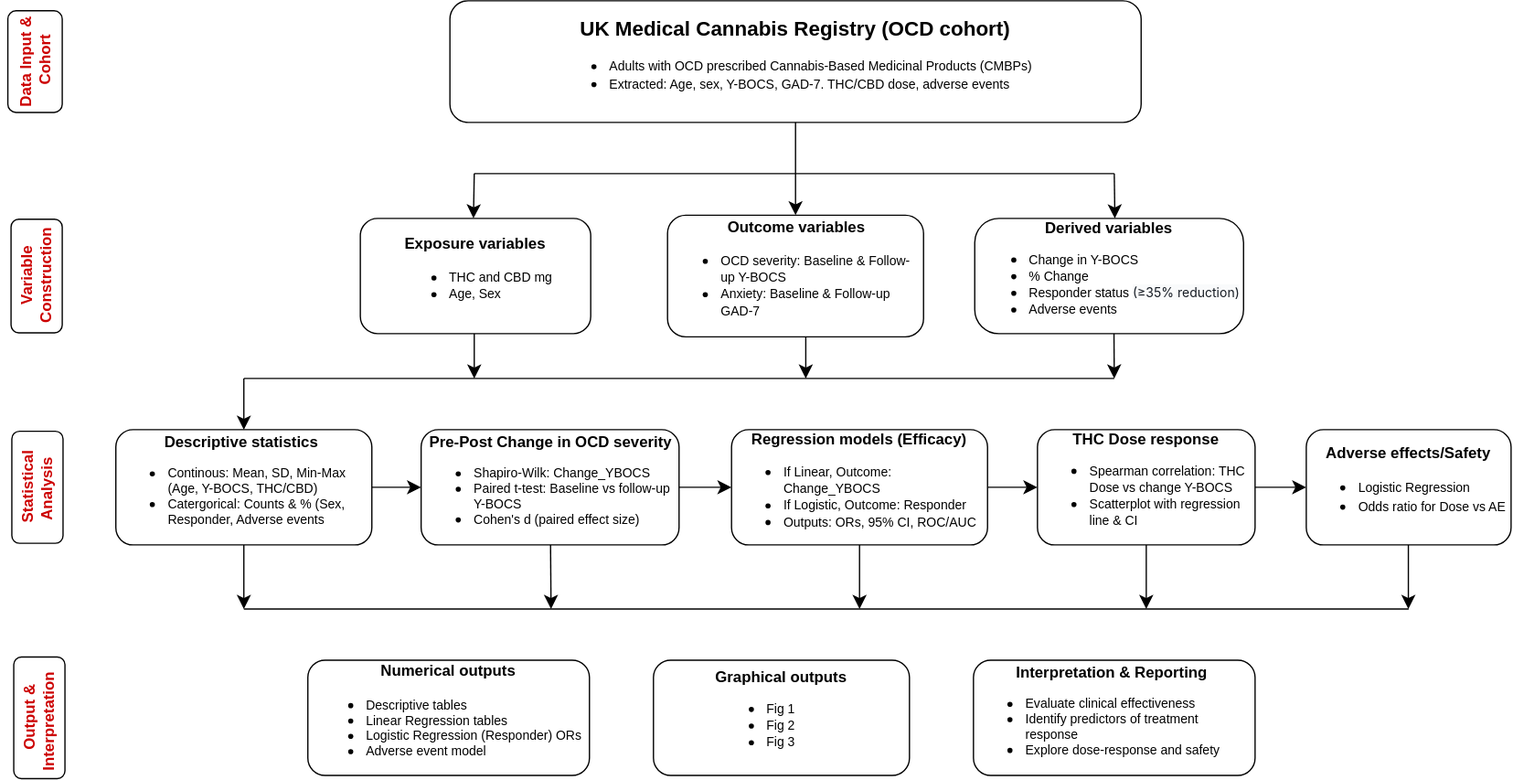
Above: Untitled Diagram.drawio.svg in amy-gurung/first-data-project (draw.io), before the change. Source tidied: cells renumbered, new cells last; positions are measured from the earlier drawing's top-left corner, leaving out a move shared by most shapes.
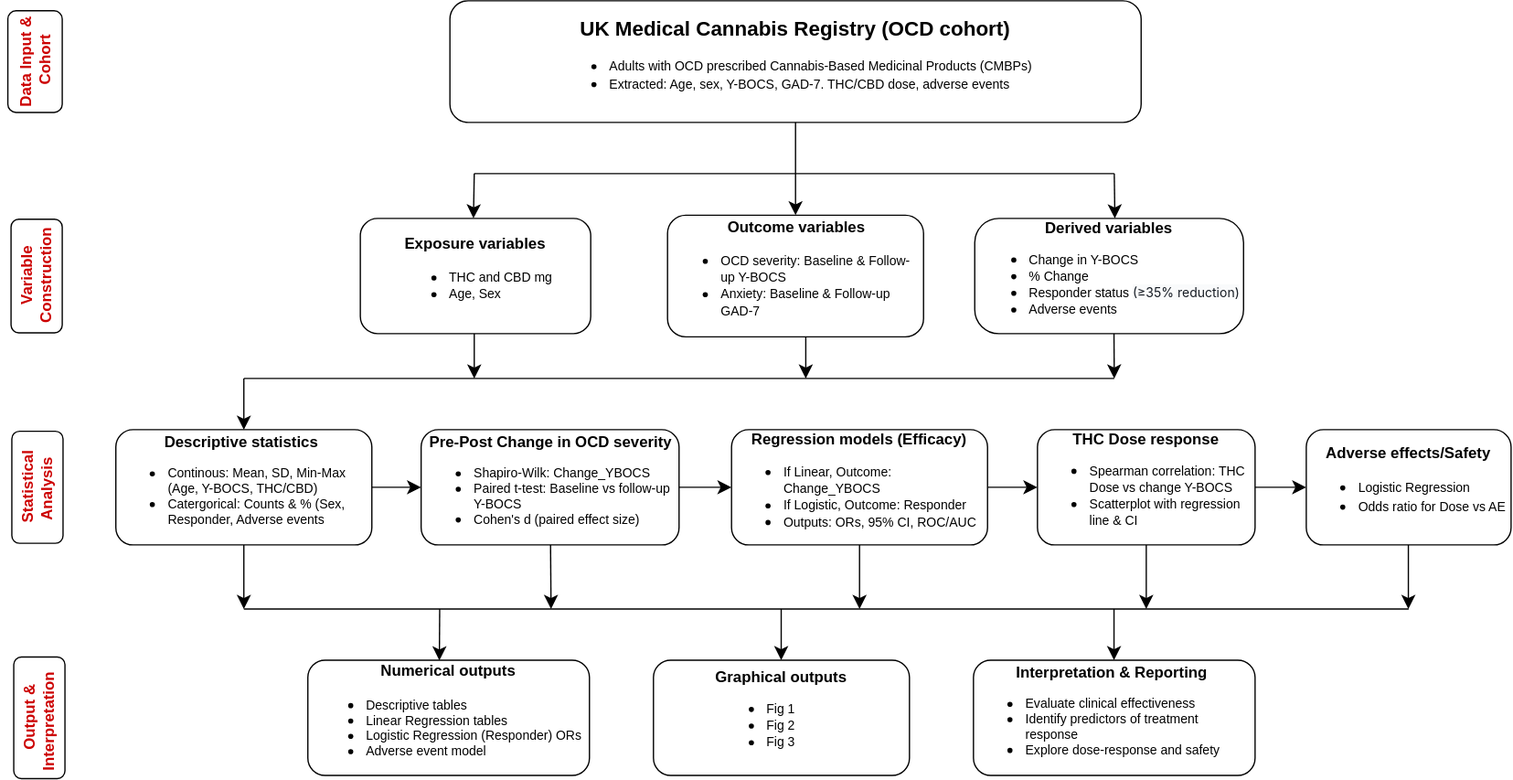
After the change.

Diff of the diagram source:
```diff
@@ -150,5 +150,22 @@
         <mxPoint x="1117" y="475" as="targetPoint" />
       </mxGeometry>
     </mxCell>
+    <mxCell id="40" style="endArrow=classic;html=1;rounded=0;fontSize=12;startSize=8;endSize=8;curved=1;entryX=0.467;entryY=0.002;entryDx=0;entryDy=0;entryPerimeter=0;" parent="1" edge="1" target="23">
+      <mxGeometry relative="1" as="geometry">
+        <mxPoint x="360" y="475" as="sourcePoint" />
+      </mxGeometry>
+    </mxCell>
+    <mxCell id="41" style="endArrow=classic;html=1;rounded=0;fontSize=12;startSize=8;endSize=8;curved=1;entryX=0.467;entryY=0.002;entryDx=0;entryDy=0;entryPerimeter=0;" parent="1" edge="1">
+      <mxGeometry relative="1" as="geometry">
+        <mxPoint x="626.8" y="475" as="sourcePoint" />
+        <mxPoint x="626.8" y="515" as="targetPoint" />
+      </mxGeometry>
+    </mxCell>
+    <mxCell id="42" style="endArrow=classic;html=1;rounded=0;fontSize=12;startSize=8;endSize=8;curved=1;entryX=0.467;entryY=0.002;entryDx=0;entryDy=0;entryPerimeter=0;" parent="1" edge="1">
+      <mxGeometry relative="1" as="geometry">
+        <mxPoint x="886.8" y="475" as="sourcePoint" />
+        <mxPoint x="886.8" y="515" as="targetPoint" />
+      </mxGeometry>
+    </mxCell>
   </root>
 </mxGraphModel>
```
